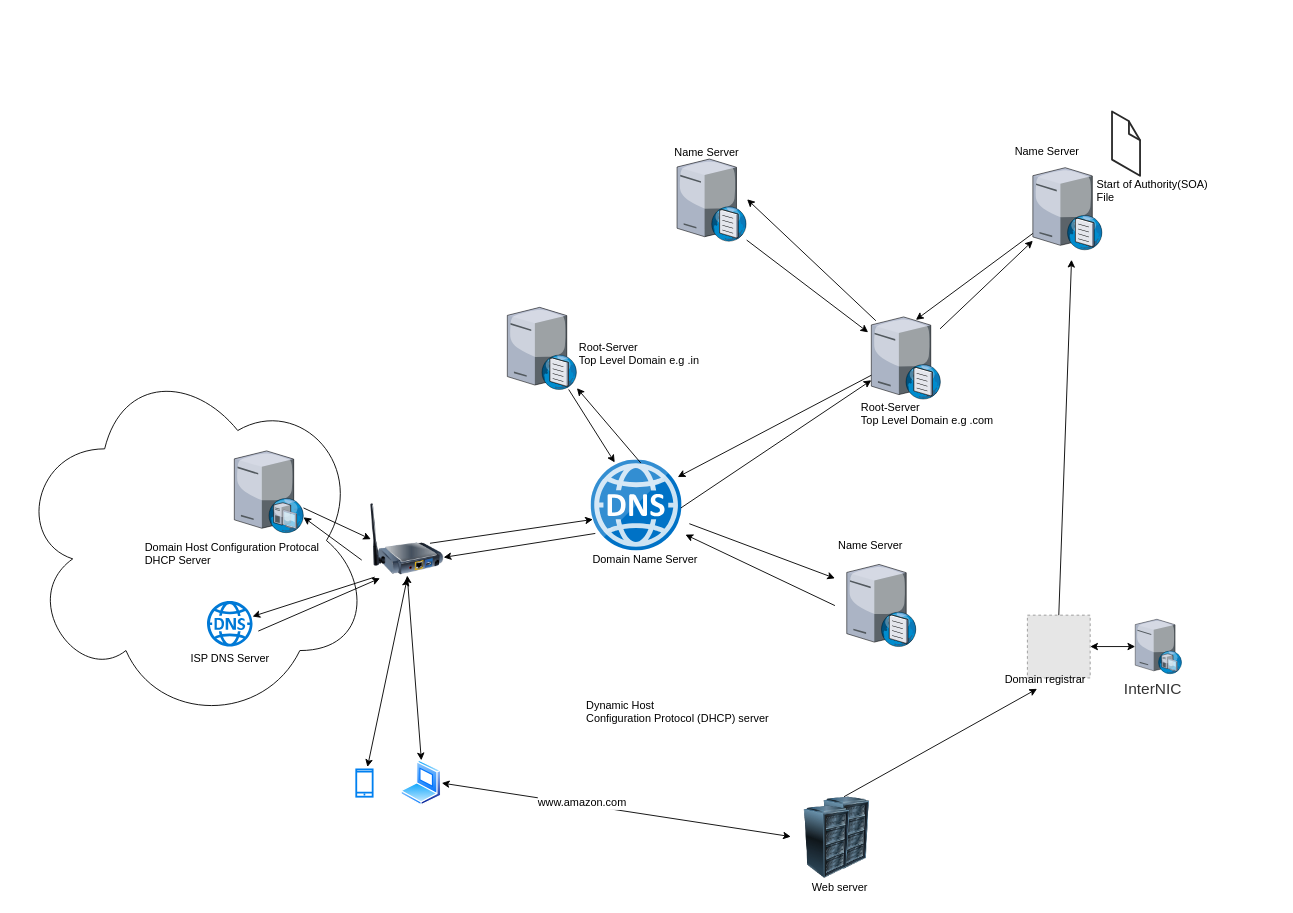
kaustavdassoa/Diagrams keeps this draw.io diagram as HowDNSworks.drawio. Above is the earlier version. Source tidied: cells renumbered, new cells numbered last; positions are measured from the earlier drawing's top-left corner, leaving out a move shared by most shapes. Both pictures are drawn from the tidied source at 91%, with x=0, y=0 at pixel (15, 111). Pictures stored in the file or linked from it are replaced by grey dashed boxes.
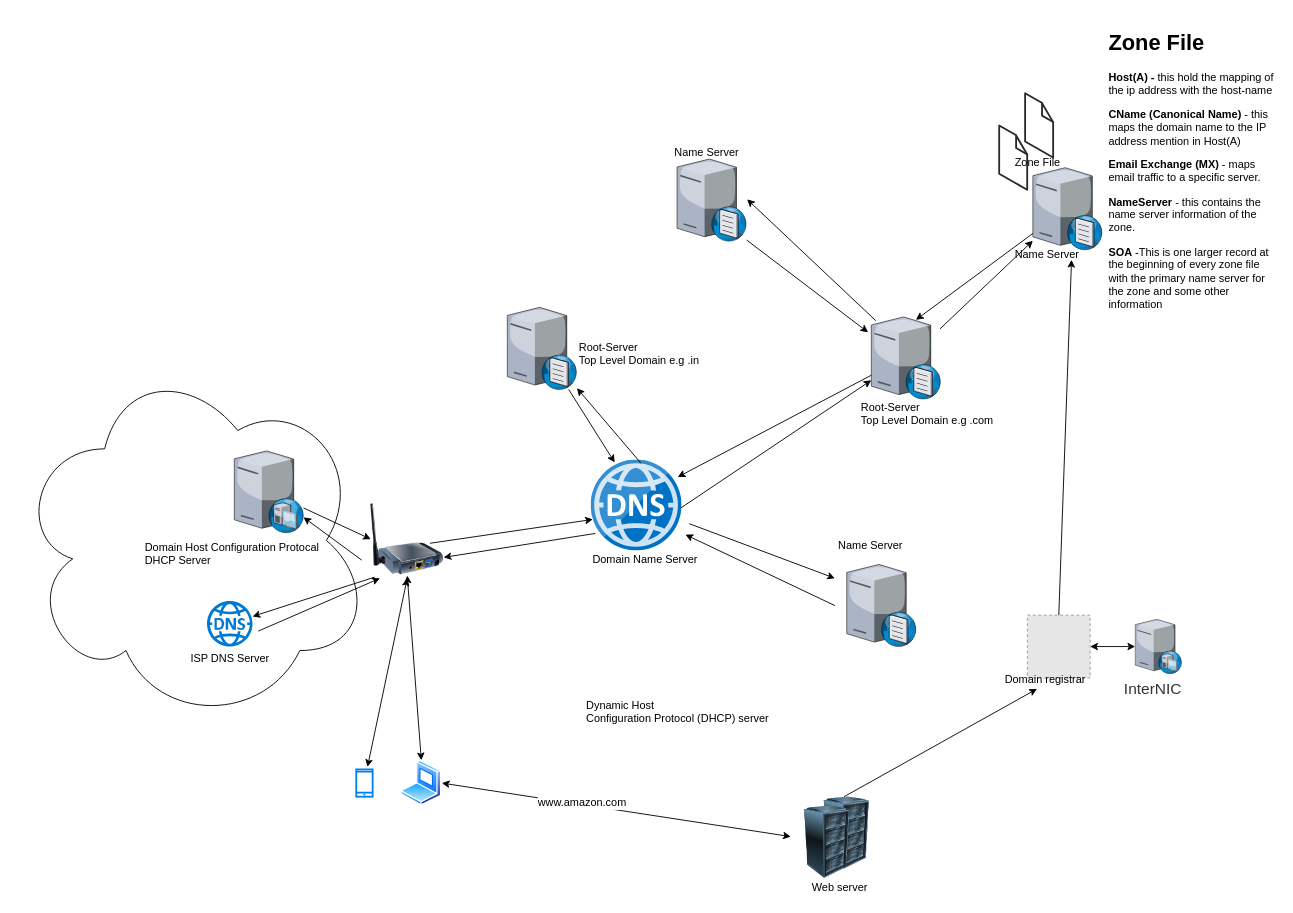
After the change.

Change to the diagram source:
```diff
@@
     <mxCell id="38" style="verticalLabelPosition=bottom;html=1;verticalAlign=top;strokeWidth=1;align=center;dashed=0;shape=mxgraph.aws3d.file;strokeColor=#292929;fillColor=#ffffff;" parent="1" vertex="1">
-      <mxGeometry x="1204.5" width="30.8" height="70.6" as="geometry" />
+      <mxGeometry x="1080.5" y="15.5" width="30.8" height="70.6" as="geometry" />
     </mxCell>
-    <mxCell id="39" value="Start of Authority(SOA) &lt;br&gt;File" style="text;html=1;align=left;verticalAlign=top;spacingTop=-4;" parent="1" vertex="1">
-      <mxGeometry x="1185.5" y="70.5" width="140" height="30" as="geometry" />
-    </mxCell>
@@
     <mxCell id="41" value="Name Server" style="text;html=1;" parent="1" vertex="1">
-      <mxGeometry x="1096" y="29.5" width="100" height="30" as="geometry" />
+      <mxGeometry x="1096" y="142.5" width="100" height="30" as="geometry" />
     </mxCell>
@@
+    <mxCell id="54" style="verticalLabelPosition=bottom;html=1;verticalAlign=top;strokeWidth=1;align=center;dashed=0;shape=mxgraph.aws3d.file;strokeColor=#292929;fillColor=#ffffff;" parent="1" vertex="1">
+      <mxGeometry x="1109" y="-20" width="30.8" height="70.6" as="geometry" />
+    </mxCell>
+    <mxCell id="55" value="Zone File" style="text;html=1;align=left;verticalAlign=top;spacingTop=-4;" parent="1" vertex="1">
+      <mxGeometry x="1096" y="45.5" width="70" height="20" as="geometry" />
+    </mxCell>
+    <mxCell id="56" value="&lt;h1&gt;Zone File&lt;/h1&gt;&lt;p&gt;&lt;b&gt;Host(A) - &lt;/b&gt;this hold the mapping of the ip address with the host-name&lt;/p&gt;&lt;p&gt;&lt;b&gt;CName (Canonical Name)&lt;/b&gt; - this&amp;nbsp; maps the domain name to the IP address mention in Host(A)&lt;/p&gt;&lt;p&gt;&lt;b&gt;Email Exchange (MX)&lt;/b&gt; - maps email traffic to a specific server.&lt;/p&gt;&lt;p&gt;&lt;b&gt;NameServer&lt;/b&gt; - this contains the name server information of the zone.&lt;/p&gt;&lt;p&gt;&lt;b&gt;SOA&lt;/b&gt; -This is one larger record at the beginning of every zone file with the primary name server for the zone and some other information&lt;/p&gt;&lt;p&gt;&lt;br&gt;&lt;/p&gt;" style="text;html=1;strokeColor=none;fillColor=none;spacing=5;spacingTop=-20;whiteSpace=wrap;overflow=hidden;rounded=0;" parent="1" vertex="1">
+      <mxGeometry x="1196" y="-95" width="190" height="321" as="geometry" />
+    </mxCell>
```
